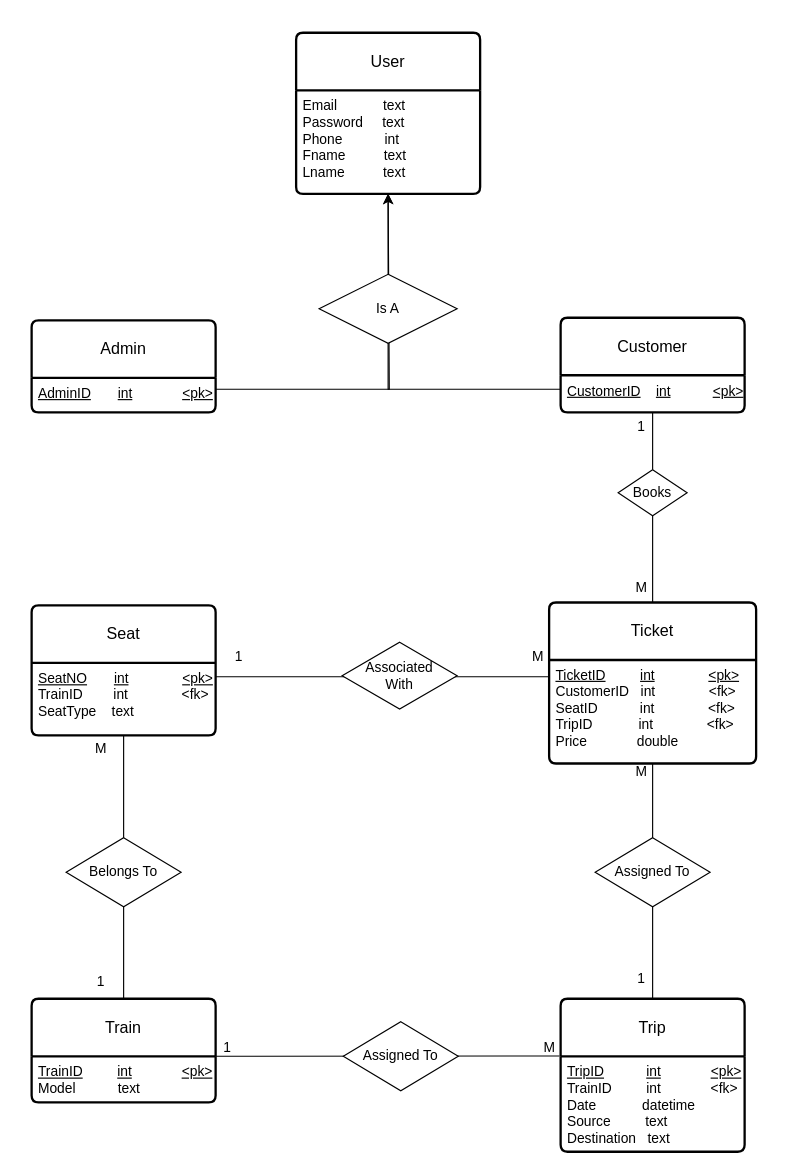
The draw.io diagram PhysicalERD.drawio in AliveTube/Train-Booking-App, before the edit. Source tidied: cells renumbered, new cells numbered last; positions are measured from the earlier drawing's top-left corner, leaving out a move shared by most shapes. Both pictures are drawn from the tidied source at 115%, with x=0, y=0 at pixel (31, 32).
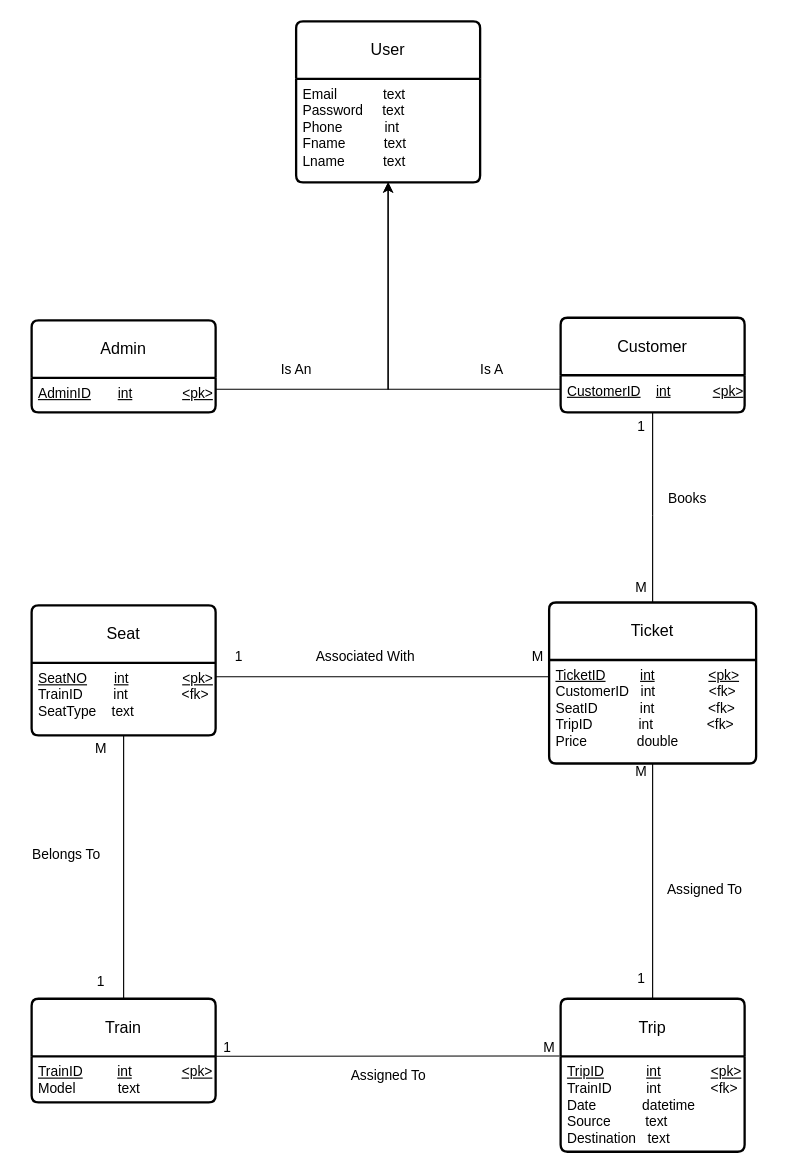
The same page after the edit.

Commit message:
Physical ERD Updated

The change refers to these unchanged cells:
```xml
<mxCell id="5" value="Ticket" style="swimlane;horizontal=1;startSize=50;rounded=1;fontSize=14;fontStyle=0;strokeWidth=2;shadow=0;dashed=0;align=center;arcSize=4;whiteSpace=wrap;html=1;" parent="1" vertex="1">
  <mxGeometry x="450" y="495.4" width="180" height="140" as="geometry" />
</mxCell>
<mxCell id="16" value="&lt;u&gt;AdminID&lt;/u&gt;&amp;nbsp; &amp;nbsp; &amp;nbsp; &amp;nbsp;&lt;u&gt;int&lt;/u&gt;&amp;nbsp; &amp;nbsp; &amp;nbsp; &amp;nbsp; &amp;nbsp; &amp;nbsp; &amp;nbsp;&lt;u&gt;&amp;lt;pk&amp;gt;&lt;/u&gt;" style="align=left;strokeColor=none;fillColor=none;spacingLeft=4;fontSize=12;verticalAlign=top;html=1;" parent="15" vertex="1">
  <mxGeometry y="50" width="160" height="30" as="geometry" />
</mxCell>
```

Change to the diagram source:
```diff
@@
     <mxCell id="3" value="User" style="swimlane;horizontal=1;startSize=50;rounded=1;fontSize=14;fontStyle=0;strokeWidth=2;shadow=0;dashed=0;align=center;arcSize=4;whiteSpace=wrap;html=1;" parent="1" vertex="1">
-      <mxGeometry x="230" width="160" height="140" as="geometry" />
+      <mxGeometry x="230" y="-10" width="160" height="140" as="geometry" />
     </mxCell>
@@
-    <mxCell id="17" style="endArrow=none;html=1;rounded=0;exitX=0.5;exitY=0;exitDx=0;exitDy=0;" parent="1" edge="1" source="21">
+    <mxCell id="17" style="endArrow=none;html=1;rounded=0;" parent="1" edge="1">
       <mxGeometry relative="1" as="geometry">
+        <mxPoint x="540" y="420" as="sourcePoint" />
         <mxPoint x="540" y="330" as="targetPoint" />
       </mxGeometry>
     </mxCell>
@@
-    <mxCell id="20" style="endArrow=none;html=1;rounded=0;exitX=0.5;exitY=0;exitDx=0;exitDy=0;" parent="1" edge="1" source="5" target="21">
-      <mxGeometry relative="1" as="geometry" />
+    <mxCell id="20" style="endArrow=none;html=1;rounded=0;exitX=0.5;exitY=0;exitDx=0;exitDy=0;" parent="1" edge="1" source="5">
+      <mxGeometry relative="1" as="geometry">
+        <mxPoint x="540" y="420" as="targetPoint" />
+      </mxGeometry>
     </mxCell>
-    <mxCell id="21" value="Books" style="shape=rhombus;perimeter=rhombusPerimeter;whiteSpace=wrap;html=1;align=center;" parent="1" vertex="1">
-      <mxGeometry x="510" y="380" width="60" height="40" as="geometry" />
-    </mxCell>
@@
-    <mxCell id="23" value="Belongs To" style="shape=rhombus;perimeter=rhombusPerimeter;whiteSpace=wrap;html=1;align=center;" parent="1" vertex="1">
-      <mxGeometry x="30" y="700" width="100" height="60" as="geometry" />
-    </mxCell>
@@
-    <mxCell id="27" value="Assigned To" style="shape=rhombus;perimeter=rhombusPerimeter;whiteSpace=wrap;html=1;align=center;" parent="1" vertex="1">
-      <mxGeometry x="490" y="700" width="100" height="60" as="geometry" />
-    </mxCell>
@@
-    <mxCell id="29" value="Associated&lt;br&gt;With" style="shape=rhombus;perimeter=rhombusPerimeter;whiteSpace=wrap;html=1;align=center;" parent="1" vertex="1">
-      <mxGeometry x="270" y="530" width="100" height="58.1" as="geometry" />
-    </mxCell>
@@
-    <mxCell id="37" value="Assigned To" style="shape=rhombus;perimeter=rhombusPerimeter;whiteSpace=wrap;html=1;align=center;" parent="1" vertex="1">
-      <mxGeometry x="271" y="860" width="100" height="60" as="geometry" />
-    </mxCell>
@@
     <mxCell id="39" style="edgeStyle=orthogonalEdgeStyle;rounded=0;jettySize=auto;html=1;" parent="1" edge="1" source="16">
       <mxGeometry relative="1" as="geometry">
-        <mxPoint x="310" y="140" as="targetPoint" />
+        <mxPoint x="310" y="130" as="targetPoint" />
         <Array as="points">
-          <mxPoint x="311" y="310" />
-          <mxPoint x="311" y="140" />
+          <mxPoint x="310" y="310" />
         </Array>
       </mxGeometry>
     </mxCell>
+    <mxCell id="41" value="Is An" style="text;html=1;align=center;verticalAlign=middle;strokeColor=none;fillColor=none;" parent="1" vertex="1">
+      <mxGeometry x="205" y="278" width="50" height="30" as="geometry" />
+    </mxCell>
-    <mxCell id="40" value="Is A" style="shape=rhombus;perimeter=rhombusPerimeter;whiteSpace=wrap;html=1;align=center;" parent="1" vertex="1">
-      <mxGeometry x="250" y="210" width="120" height="60" as="geometry" />
+    <mxCell id="40" value="Is A" style="text;html=1;align=center;verticalAlign=middle;strokeColor=none;fillColor=none;" parent="1" vertex="1">
+      <mxGeometry x="380" y="278" width="40" height="30" as="geometry" />
     </mxCell>
+    <mxCell id="21" value="Books" style="text;html=1;align=center;verticalAlign=middle;points=[];strokeColor=none;fillColor=none;" parent="1" vertex="1">
+      <mxGeometry x="540" y="390" width="60" height="30" as="geometry" />
+    </mxCell>
+    <mxCell id="42" value="Assigned To" style="text;html=1;align=center;verticalAlign=middle;strokeColor=none;fillColor=none;" parent="1" vertex="1">
+      <mxGeometry x="540" y="730" width="90" height="30" as="geometry" />
+    </mxCell>
+    <mxCell id="43" value="Assigned To" style="text;html=1;align=center;verticalAlign=middle;strokeColor=none;fillColor=none;" parent="1" vertex="1">
+      <mxGeometry x="265" y="891.5" width="90" height="30" as="geometry" />
+    </mxCell>
+    <mxCell id="23" value="Belongs To" style="text;html=1;align=center;verticalAlign=middle;strokeColor=none;fillColor=none;" parent="1" vertex="1">
+      <mxGeometry x="-10" y="700" width="80" height="30" as="geometry" />
+    </mxCell>
+    <mxCell id="29" value="Associated With" style="text;html=1;align=center;verticalAlign=middle;strokeColor=none;fillColor=none;" parent="1" vertex="1">
+      <mxGeometry x="235" y="528" width="110" height="30" as="geometry" />
+    </mxCell>
```
